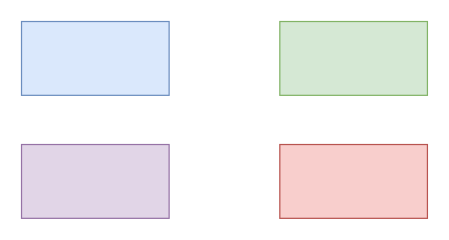
This is 未命名绘图.drawio from Augenstern2023/Augenstern2023, a draw.io file, before an edit. Source tidied: cells renumbered, new cells numbered last; positions are measured from the earlier drawing's top-left corner, leaving out a move shared by most shapes. Both pictures are drawn from the tidied source at 123%, with x=0, y=0 at pixel (21, 21).
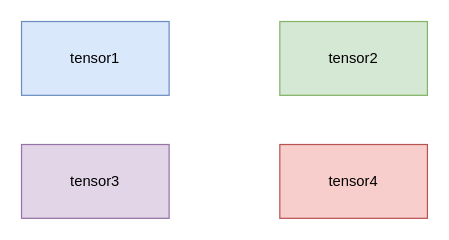
The same page after the edit.

What changed in the source:
```diff
@@
 <mxGraphModel>
   <root>
     <mxCell id="0" />
     <mxCell id="1" parent="0" />
-    <mxCell id="2" style="rounded=0;whiteSpace=wrap;html=1;fillColor=#dae8fc;strokeColor=#6c8ebf;" parent="1" vertex="1">
+    <mxCell id="2" value="tensor1" style="rounded=0;whiteSpace=wrap;html=1;fillColor=#dae8fc;strokeColor=#6c8ebf;" parent="1" vertex="1">
       <mxGeometry width="120" height="60" as="geometry" />
     </mxCell>
-    <mxCell id="3" style="rounded=0;whiteSpace=wrap;html=1;fillColor=#d5e8d4;strokeColor=#82b366;" parent="1" vertex="1">
+    <mxCell id="3" value="tensor2" style="rounded=0;whiteSpace=wrap;html=1;fillColor=#d5e8d4;strokeColor=#82b366;" parent="1" vertex="1">
       <mxGeometry x="210" width="120" height="60" as="geometry" />
     </mxCell>
-    <mxCell id="4" style="rounded=0;whiteSpace=wrap;html=1;fillColor=#e1d5e7;strokeColor=#9673a6;" parent="1" vertex="1">
+    <mxCell id="4" value="tensor3" style="rounded=0;whiteSpace=wrap;html=1;fillColor=#e1d5e7;strokeColor=#9673a6;" parent="1" vertex="1">
       <mxGeometry y="100" width="120" height="60" as="geometry" />
     </mxCell>
-    <mxCell id="5" style="rounded=0;whiteSpace=wrap;html=1;fillColor=#f8cecc;strokeColor=#b85450;" parent="1" vertex="1">
+    <mxCell id="5" value="tensor4" style="rounded=0;whiteSpace=wrap;html=1;fillColor=#f8cecc;strokeColor=#b85450;" parent="1" vertex="1">
       <mxGeometry x="210" y="100" width="120" height="60" as="geometry" />
     </mxCell>
   </root>
 </mxGraphModel>
```
